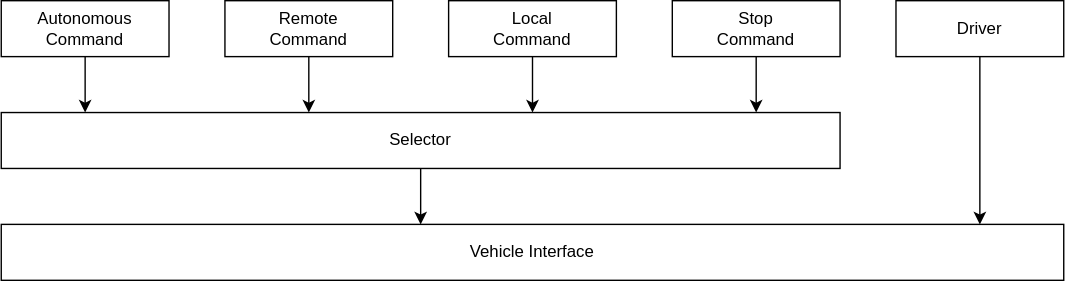
Above: docs/design/autoware-interfaces/ad-api/list/api/operation/mode/architecture.drawio.svg in autowarefoundation/autoware-documentation (draw.io), before the change. Source tidied: cells renumbered, new cells last; positions are measured from the earlier drawing's top-left corner, leaving out a move shared by most shapes.
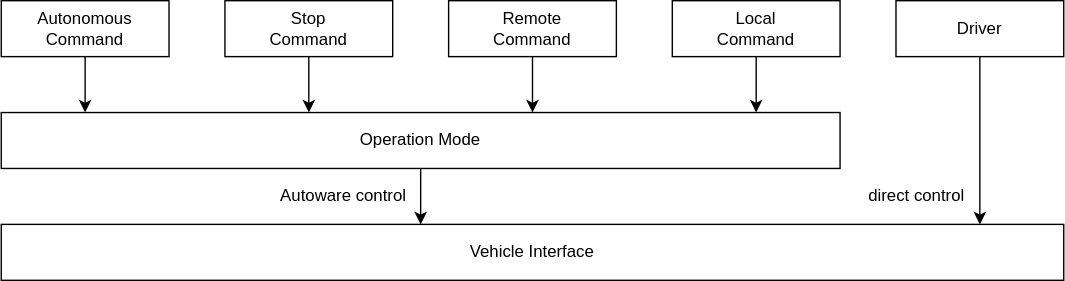
Above is the later version.

The edit, as a diff of the source:
```diff
@@ -16,24 +16,24 @@
     <mxCell id="4" style="edgeStyle=orthogonalEdgeStyle;rounded=0;html=1;" parent="1" edge="1" source="5" target="11">
       <mxGeometry relative="1" as="geometry">
         <Array as="points">
-          <mxPoint x="220" y="70" />
-          <mxPoint x="220" y="70" />
+          <mxPoint x="380" y="50" />
+          <mxPoint x="380" y="50" />
         </Array>
       </mxGeometry>
     </mxCell>
     <mxCell id="5" value="Remote&lt;br&gt;Command" style="rounded=0;whiteSpace=wrap;html=1;" parent="1" vertex="1">
-      <mxGeometry x="160" width="120" height="40" as="geometry" />
+      <mxGeometry x="320" width="120" height="40" as="geometry" />
     </mxCell>
     <mxCell id="6" style="edgeStyle=orthogonalEdgeStyle;rounded=0;html=1;" parent="1" edge="1" source="7" target="11">
       <mxGeometry relative="1" as="geometry">
         <Array as="points">
-          <mxPoint x="380" y="70" />
-          <mxPoint x="380" y="70" />
+          <mxPoint x="540" y="60" />
+          <mxPoint x="540" y="60" />
         </Array>
       </mxGeometry>
     </mxCell>
     <mxCell id="7" value="Local&lt;br&gt;Command" style="rounded=0;whiteSpace=wrap;html=1;" parent="1" vertex="1">
-      <mxGeometry x="320" width="120" height="40" as="geometry" />
+      <mxGeometry x="480" width="120" height="40" as="geometry" />
     </mxCell>
     <mxCell id="8" style="edgeStyle=orthogonalEdgeStyle;rounded=0;html=1;" parent="1" edge="1" source="9" target="11">
       <mxGeometry relative="1" as="geometry">
@@ -44,7 +44,7 @@
       </mxGeometry>
     </mxCell>
     <mxCell id="9" value="Stop&lt;br&gt;Command" style="rounded=0;whiteSpace=wrap;html=1;" parent="1" vertex="1">
-      <mxGeometry x="480" width="120" height="40" as="geometry" />
+      <mxGeometry x="160" width="120" height="40" as="geometry" />
     </mxCell>
     <mxCell id="10" style="edgeStyle=orthogonalEdgeStyle;rounded=0;html=1;" parent="1" edge="1" source="11" target="14">
       <mxGeometry relative="1" as="geometry">
@@ -54,7 +54,7 @@
         </Array>
       </mxGeometry>
     </mxCell>
-    <mxCell id="11" value="Selector" style="rounded=0;whiteSpace=wrap;html=1;" parent="1" vertex="1">
+    <mxCell id="11" value="Operation Mode" style="rounded=0;whiteSpace=wrap;html=1;" parent="1" vertex="1">
       <mxGeometry y="80" width="600" height="40" as="geometry" />
     </mxCell>
     <mxCell id="12" style="edgeStyle=orthogonalEdgeStyle;rounded=0;html=1;" parent="1" edge="1" source="13" target="14">
@@ -71,5 +71,11 @@
     <mxCell id="14" value="Vehicle Interface" style="rounded=0;whiteSpace=wrap;html=1;" parent="1" vertex="1">
       <mxGeometry y="160" width="760" height="40" as="geometry" />
     </mxCell>
+    <mxCell id="15" value="direct control" style="text;html=1;strokeColor=none;fillColor=none;align=center;verticalAlign=middle;whiteSpace=wrap;rounded=0;" parent="1" vertex="1">
+      <mxGeometry x="610" y="120" width="90" height="40" as="geometry" />
+    </mxCell>
+    <mxCell id="16" value="Autoware control" style="text;html=1;strokeColor=none;fillColor=none;align=center;verticalAlign=middle;whiteSpace=wrap;rounded=0;" parent="1" vertex="1">
+      <mxGeometry x="190" y="120" width="110" height="40" as="geometry" />
+    </mxCell>
   </root>
 </mxGraphModel>
```
